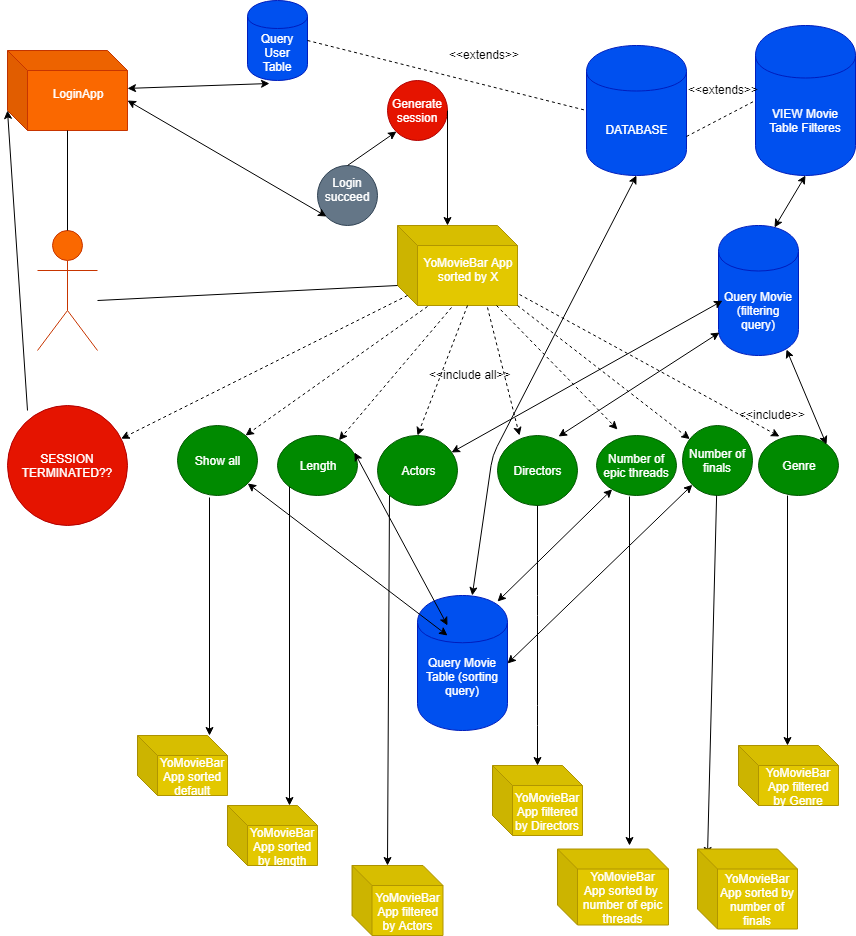
Above: T2/UseCase/NavBarUseCase.png in MarianCodrinCretu/Tehnologii-Web (draw.io), before the change. Source tidied: cells renumbered, new cells last; positions are measured from the earlier drawing's top-left corner, leaving out a move shared by most shapes.
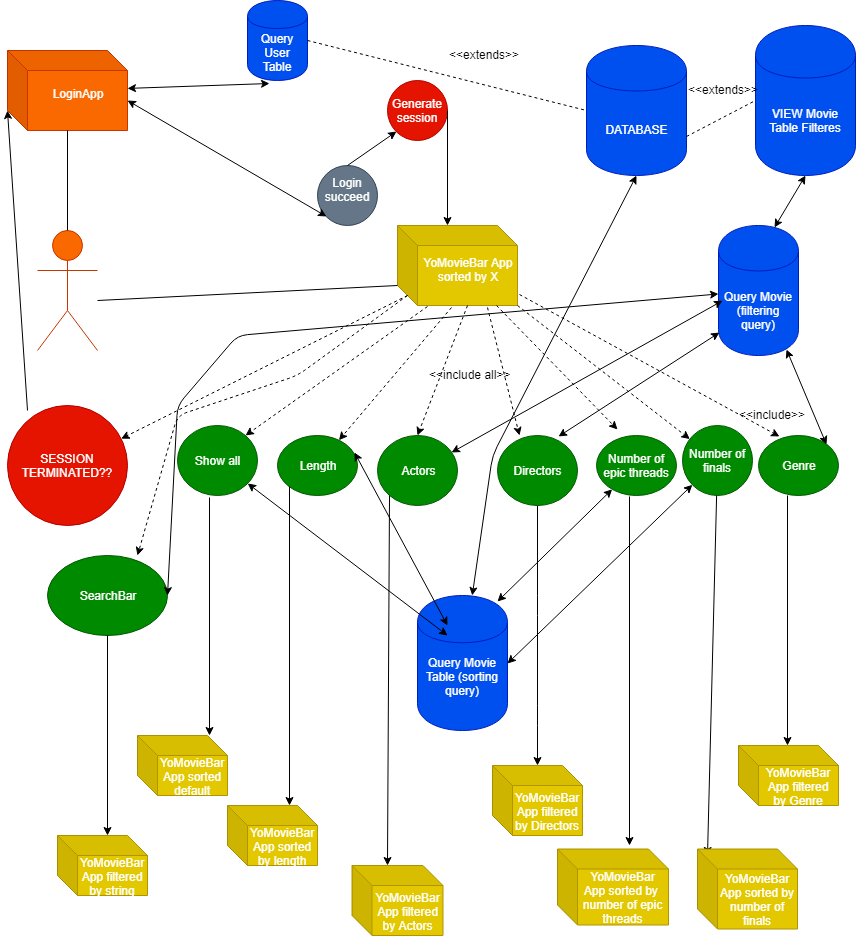
Above is the later version.

The edit, as a diff of the source:
```diff
@@ -220,5 +220,33 @@
     <mxCell id="63" value="&amp;lt;&amp;lt;extends&amp;gt;&amp;gt;" style="text;html=1;align=left;verticalAlign=top;spacingTop=-4;" parent="1" vertex="1">
       <mxGeometry x="440" y="45" width="90" height="20" as="geometry" />
     </mxCell>
+    <mxCell id="64" style="endArrow=classic;html=1;exitX=0;exitY=0;exitDx=10;exitDy=70;exitPerimeter=0;dashed=1;" parent="1" edge="1" source="9">
+      <mxGeometry relative="1" as="geometry">
+        <mxPoint x="130" y="555" as="targetPoint" />
+        <Array as="points">
+          <mxPoint x="290" y="375" />
+          <mxPoint x="170" y="415" />
+        </Array>
+      </mxGeometry>
+    </mxCell>
+    <mxCell id="65" value="SearchBar" style="ellipse;whiteSpace=wrap;html=1;fillColor=#008a00;strokeColor=#005700;fontColor=#ffffff;" parent="1" vertex="1">
+      <mxGeometry x="40" y="554.8" width="120" height="80" as="geometry" />
+    </mxCell>
+    <mxCell id="66" style="endArrow=classic;startArrow=classic;html=1;exitX=1;exitY=0.5;exitDx=0;exitDy=0;" parent="1" edge="1" source="65" target="49">
+      <mxGeometry relative="1" as="geometry">
+        <Array as="points">
+          <mxPoint x="170" y="405" />
+          <mxPoint x="230" y="335" />
+        </Array>
+      </mxGeometry>
+    </mxCell>
+    <mxCell id="67" style="endArrow=classic;html=1;" parent="1" edge="1" source="65">
+      <mxGeometry relative="1" as="geometry">
+        <mxPoint x="100" y="835" as="targetPoint" />
+      </mxGeometry>
+    </mxCell>
+    <mxCell id="68" value="YoMovieBar App filtered by string" style="shape=cube;whiteSpace=wrap;html=1;boundedLbl=1;backgroundOutline=1;darkOpacity=0.05;darkOpacity2=0.1;fillColor=#e3c800;strokeColor=#B09500;fontColor=#ffffff;" parent="1" vertex="1">
+      <mxGeometry x="50" y="835" width="90" height="60" as="geometry" />
+    </mxCell>
   </root>
 </mxGraphModel>
```
